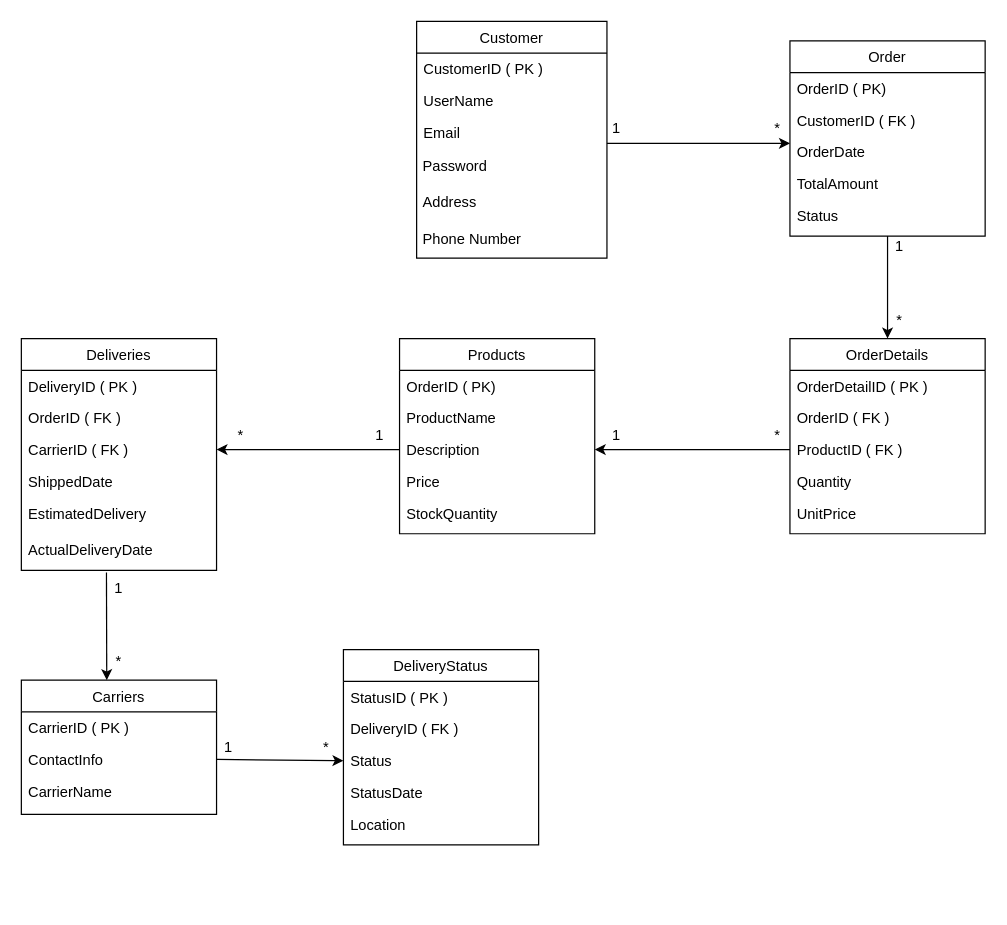
Above: Untitled Diagram.drawio in GodzillaAllen/wladoingflutterthings (draw.io), before the change. Source tidied: cells renumbered, new cells numbered last; positions are measured from the earlier drawing's top-left corner, leaving out a move shared by most shapes. Both pictures are drawn from the tidied source at 122%, with x=0, y=0 at pixel (21, 21).
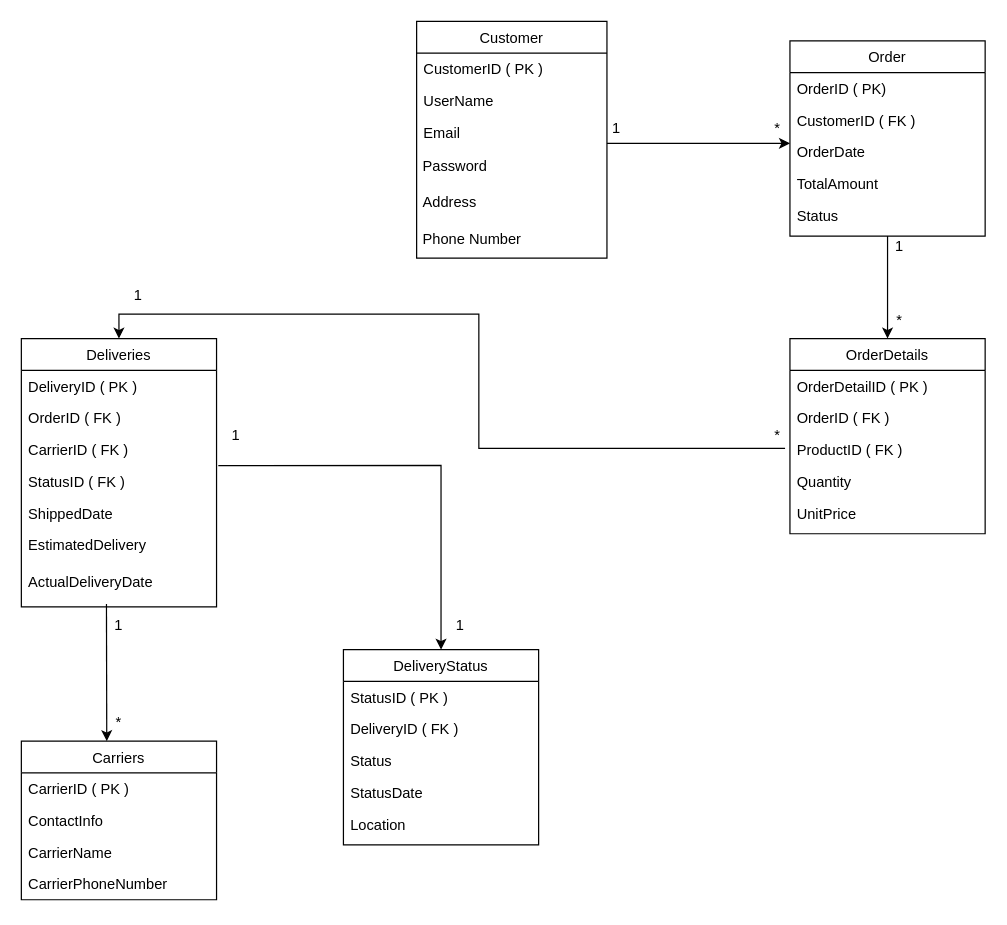
Above is the later version.

Unchanged cells that the change refers to:
```xml
<mxCell id="19" value="ProductID ( FK )" style="text;align=left;verticalAlign=top;spacingLeft=4;spacingRight=4;overflow=hidden;points=[[0,0.5],[1,0.5]];portConstraint=eastwest;rounded=0;shadow=0;html=0;" parent="16" vertex="1">
  <mxGeometry y="78" width="160" height="26" as="geometry" />
</mxCell>
<mxCell id="31" value="CarrierID ( FK )" style="text;align=left;verticalAlign=top;spacingLeft=4;spacingRight=4;overflow=hidden;points=[[0,0.5],[1,0.5]];portConstraint=eastwest;rounded=0;shadow=0;html=0;" parent="28" vertex="1">
  <mxGeometry y="78" width="160" height="26" as="geometry" />
</mxCell>
<mxCell id="37" value="ContactInfo" style="text;align=left;verticalAlign=top;spacingLeft=4;spacingRight=4;overflow=hidden;points=[[0,0.5],[1,0.5]];portConstraint=eastwest;rounded=0;shadow=0;html=0;" parent="35" vertex="1">
  <mxGeometry y="52" width="160" height="26" as="geometry" />
</mxCell>
<mxCell id="39" value="DeliveryStatus" style="swimlane;fontStyle=0;align=center;verticalAlign=top;horizontal=1;startSize=26;rounded=0;shadow=0;strokeWidth=1;" parent="1" vertex="1">
  <mxGeometry x="264" y="515" width="160" height="160" as="geometry" />
</mxCell>
<mxCell id="42" value="Status" style="text;align=left;verticalAlign=top;spacingLeft=4;spacingRight=4;overflow=hidden;points=[[0,0.5],[1,0.5]];portConstraint=eastwest;rounded=0;shadow=0;html=0;" parent="39" vertex="1">
  <mxGeometry y="78" width="160" height="26" as="geometry" />
</mxCell>
<mxCell id="53" value="*" style="text;html=1;align=center;verticalAlign=middle;whiteSpace=wrap;rounded=0;fontFamily=Helvetica;fontSize=12;fontColor=default;fontStyle=0;" parent="1" vertex="1">
  <mxGeometry x="590" y="325" width="60" height="30" as="geometry" />
</mxCell>
```

What changed in the source:
```diff
@@
-    <mxCell id="22" value="Products" style="swimlane;fontStyle=0;align=center;verticalAlign=top;horizontal=1;startSize=26;rounded=0;shadow=0;strokeWidth=1;" parent="1" vertex="1">
-      <mxGeometry x="310" y="260" width="160" height="160" as="geometry" />
-    </mxCell>
-    <mxCell id="23" value="OrderID ( PK)" style="text;align=left;verticalAlign=top;spacingLeft=4;spacingRight=4;overflow=hidden;rounded=0;shadow=0;html=0;" parent="22" vertex="1">
-      <mxGeometry y="26" width="160" height="26" as="geometry" />
-    </mxCell>
-    <mxCell id="24" value="ProductName" style="text;align=left;verticalAlign=top;spacingLeft=4;spacingRight=4;overflow=hidden;rounded=0;shadow=0;html=0;" parent="22" vertex="1">
-      <mxGeometry y="52" width="160" height="26" as="geometry" />
-    </mxCell>
-    <mxCell id="25" value="Description" style="text;align=left;verticalAlign=top;spacingLeft=4;spacingRight=4;overflow=hidden;points=[[0,0.5],[1,0.5]];portConstraint=eastwest;rounded=0;shadow=0;html=0;" parent="22" vertex="1">
-      <mxGeometry y="78" width="160" height="26" as="geometry" />
-    </mxCell>
-    <mxCell id="26" value="Price" style="text;align=left;verticalAlign=top;spacingLeft=4;spacingRight=4;overflow=hidden;rounded=0;shadow=0;html=0;" parent="22" vertex="1">
-      <mxGeometry y="104" width="160" height="26" as="geometry" />
-    </mxCell>
-    <mxCell id="27" value="StockQuantity" style="text;align=left;verticalAlign=top;spacingLeft=4;spacingRight=4;overflow=hidden;rounded=0;shadow=0;html=0;" parent="22" vertex="1">
-      <mxGeometry y="130" width="160" height="30" as="geometry" />
-    </mxCell>
     <mxCell id="28" value="Deliveries" style="swimlane;fontStyle=0;align=center;verticalAlign=top;horizontal=1;startSize=26;rounded=0;shadow=0;strokeWidth=1;" parent="1" vertex="1">
-      <mxGeometry y="260" width="160" height="190" as="geometry" />
+      <mxGeometry y="260" width="160" height="220" as="geometry" />
     </mxCell>
@@
+    <mxCell id="63" value="StatusID ( FK )" style="text;align=left;verticalAlign=top;spacingLeft=4;spacingRight=4;overflow=hidden;rounded=0;shadow=0;html=0;" parent="28" vertex="1">
+      <mxGeometry y="104" width="160" height="26" as="geometry" />
+    </mxCell>
     <mxCell id="32" value="ShippedDate" style="text;align=left;verticalAlign=top;spacingLeft=4;spacingRight=4;overflow=hidden;rounded=0;shadow=0;html=0;" parent="28" vertex="1">
-      <mxGeometry y="104" width="160" height="26" as="geometry" />
+      <mxGeometry y="130" width="160" height="26" as="geometry" />
     </mxCell>
     <mxCell id="33" value="EstimatedDelivery" style="text;align=left;verticalAlign=top;spacingLeft=4;spacingRight=4;overflow=hidden;rounded=0;shadow=0;html=0;" parent="28" vertex="1">
-      <mxGeometry y="130" width="160" height="30" as="geometry" />
+      <mxGeometry y="156" width="160" height="30" as="geometry" />
     </mxCell>
-    <mxCell id="34" value="ActualDeliveryDate" style="text;align=left;verticalAlign=top;spacingLeft=4;spacingRight=4;overflow=hidden;points=[[0,0.5],[1,0.5]];portConstraint=eastwest;rounded=0;shadow=0;html=0;" parent="1" vertex="1">
-      <mxGeometry y="420" width="160" height="30" as="geometry" />
+    <mxCell id="34" value="ActualDeliveryDate" style="text;align=left;verticalAlign=top;spacingLeft=4;spacingRight=4;overflow=hidden;points=[[0,0.5],[1,0.5]];portConstraint=eastwest;rounded=0;shadow=0;html=0;" parent="28" vertex="1">
+      <mxGeometry y="186" width="160" height="30" as="geometry" />
     </mxCell>
     <mxCell id="35" value="Carriers" style="swimlane;fontStyle=0;align=center;verticalAlign=top;horizontal=1;startSize=26;rounded=0;shadow=0;strokeWidth=1;" parent="1" vertex="1">
-      <mxGeometry y="540" width="160" height="110" as="geometry" />
+      <mxGeometry y="590" width="160" height="130" as="geometry" />
     </mxCell>
@@
+    <mxCell id="64" value="CarrierPhoneNumber" style="text;align=left;verticalAlign=top;spacingLeft=4;spacingRight=4;overflow=hidden;rounded=0;shadow=0;html=0;" parent="35" vertex="1">
+      <mxGeometry y="104" width="160" height="26" as="geometry" />
+    </mxCell>
@@
-    <mxCell id="51" style="endArrow=classic;html=1;rounded=0;fontFamily=Helvetica;fontSize=12;fontColor=default;fontStyle=0;entryX=1;entryY=0.5;entryDx=0;entryDy=0;exitX=0;exitY=0.5;exitDx=0;exitDy=0;" parent="1" edge="1" source="19" target="25">
-      <mxGeometry relative="1" as="geometry" />
-    </mxCell>
+    <mxCell id="65" style="edgeStyle=orthogonalEdgeStyle;rounded=0;jettySize=auto;html=1;exitX=0.6;exitY=0.833;exitDx=0;exitDy=0;entryX=0.5;entryY=0;entryDx=0;entryDy=0;fontFamily=Helvetica;fontSize=12;fontColor=default;fontStyle=0;exitPerimeter=0;" parent="1" edge="1" source="53" target="28">
+      <mxGeometry relative="1" as="geometry" />
+    </mxCell>
     <mxCell id="52" value="1" style="text;html=1;align=center;verticalAlign=middle;whiteSpace=wrap;rounded=0;fontFamily=Helvetica;fontSize=12;fontColor=default;fontStyle=0;" parent="1" vertex="1">
-      <mxGeometry x="458" y="325" width="60" height="30" as="geometry" />
+      <mxGeometry x="66" y="210" width="60" height="30" as="geometry" />
     </mxCell>
@@
-    <mxCell id="54" style="endArrow=classic;html=1;rounded=0;fontFamily=Helvetica;fontSize=12;fontColor=default;fontStyle=0;entryX=1;entryY=0.5;entryDx=0;entryDy=0;exitX=0;exitY=0.5;exitDx=0;exitDy=0;" parent="1" edge="1" source="25" target="31">
-      <mxGeometry relative="1" as="geometry" />
-    </mxCell>
-    <mxCell id="55" value="1" style="text;html=1;align=center;verticalAlign=middle;whiteSpace=wrap;rounded=0;fontFamily=Helvetica;fontSize=12;fontColor=default;fontStyle=0;" parent="1" vertex="1">
-      <mxGeometry x="264" y="325" width="60" height="30" as="geometry" />
-    </mxCell>
-    <mxCell id="56" value="*" style="text;html=1;align=center;verticalAlign=middle;whiteSpace=wrap;rounded=0;fontFamily=Helvetica;fontSize=12;fontColor=default;fontStyle=0;" parent="1" vertex="1">
-      <mxGeometry x="150" y="325" width="60" height="30" as="geometry" />
-    </mxCell>
     <mxCell id="57" style="endArrow=classic;html=1;rounded=0;fontFamily=Helvetica;fontSize=12;fontColor=default;fontStyle=0;exitX=0.436;exitY=1.056;exitDx=0;exitDy=0;exitPerimeter=0;" parent="1" edge="1" source="34">
       <mxGeometry relative="1" as="geometry">
-        <mxPoint x="70" y="540" as="targetPoint" />
+        <mxPoint x="70" y="590" as="targetPoint" />
       </mxGeometry>
     </mxCell>
     <mxCell id="58" value="1" style="text;html=1;align=center;verticalAlign=middle;whiteSpace=wrap;rounded=0;fontFamily=Helvetica;fontSize=12;fontColor=default;fontStyle=0;" parent="1" vertex="1">
-      <mxGeometry x="50" y="450" width="60" height="30" as="geometry" />
+      <mxGeometry x="50" y="480" width="60" height="30" as="geometry" />
     </mxCell>
     <mxCell id="59" value="*" style="text;html=1;align=center;verticalAlign=middle;whiteSpace=wrap;rounded=0;fontFamily=Helvetica;fontSize=12;fontColor=default;fontStyle=0;" parent="1" vertex="1">
-      <mxGeometry x="50" y="510" width="60" height="30" as="geometry" />
+      <mxGeometry x="50" y="560" width="60" height="30" as="geometry" />
     </mxCell>
-    <mxCell id="60" style="endArrow=classic;html=1;rounded=0;fontFamily=Helvetica;fontSize=12;fontColor=default;fontStyle=0;exitX=1;exitY=0.5;exitDx=0;exitDy=0;entryX=0;entryY=0.5;entryDx=0;entryDy=0;" parent="1" edge="1" source="37" target="42">
-      <mxGeometry relative="1" as="geometry" />
-    </mxCell>
-    <mxCell id="61" value="1" style="text;html=1;align=center;verticalAlign=middle;whiteSpace=wrap;rounded=0;fontFamily=Helvetica;fontSize=12;fontColor=default;fontStyle=0;" parent="1" vertex="1">
-      <mxGeometry x="140" y="580" width="60" height="30" as="geometry" />
-    </mxCell>
-    <mxCell id="62" value="*" style="text;html=1;align=center;verticalAlign=middle;whiteSpace=wrap;rounded=0;fontFamily=Helvetica;fontSize=12;fontColor=default;fontStyle=0;" parent="1" vertex="1">
-      <mxGeometry x="220" y="580" width="60" height="30" as="geometry" />
-    </mxCell>
+    <mxCell id="66" style="endArrow=classic;html=1;rounded=0;fontFamily=Helvetica;fontSize=12;fontColor=default;fontStyle=0;exitX=1.009;exitY=1.004;exitDx=0;exitDy=0;exitPerimeter=0;entryX=0.5;entryY=0;entryDx=0;entryDy=0;" parent="1" edge="1" source="31" target="39">
+      <mxGeometry relative="1" as="geometry">
+        <Array as="points">
+          <mxPoint x="344" y="364" />
+        </Array>
+      </mxGeometry>
+    </mxCell>
+    <mxCell id="67" value="1" style="text;html=1;align=center;verticalAlign=middle;whiteSpace=wrap;rounded=0;fontFamily=Helvetica;fontSize=12;fontColor=default;fontStyle=0;" parent="1" vertex="1">
+      <mxGeometry x="146" y="325" width="60" height="30" as="geometry" />
+    </mxCell>
+    <mxCell id="68" value="1" style="text;html=1;align=center;verticalAlign=middle;whiteSpace=wrap;rounded=0;fontFamily=Helvetica;fontSize=12;fontColor=default;fontStyle=0;" parent="1" vertex="1">
+      <mxGeometry x="330" y="480" width="60" height="30" as="geometry" />
+    </mxCell>
```
